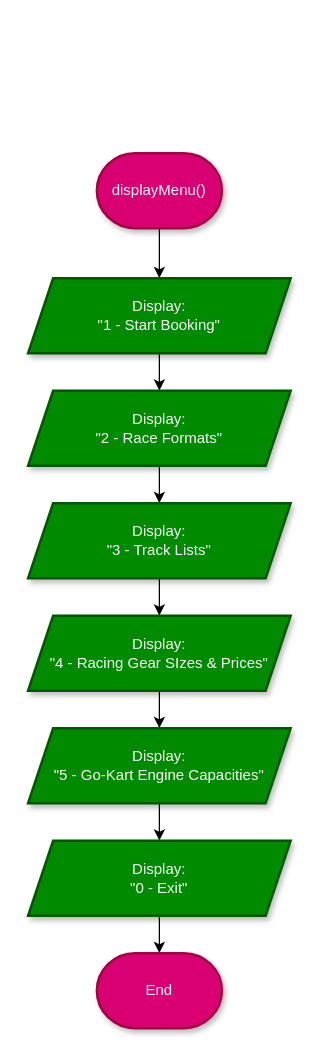
Above: Flowcharts (draw.io)/02. displayMenu.drawio in shahxvi/csc126-group-project (draw.io), before the change. Source tidied: cells renumbered, new cells numbered last; positions are measured from the earlier drawing's top-left corner, leaving out a move shared by most shapes. Both pictures are drawn from the tidied source at 125%, with x=0, y=0 at pixel (28, 152).
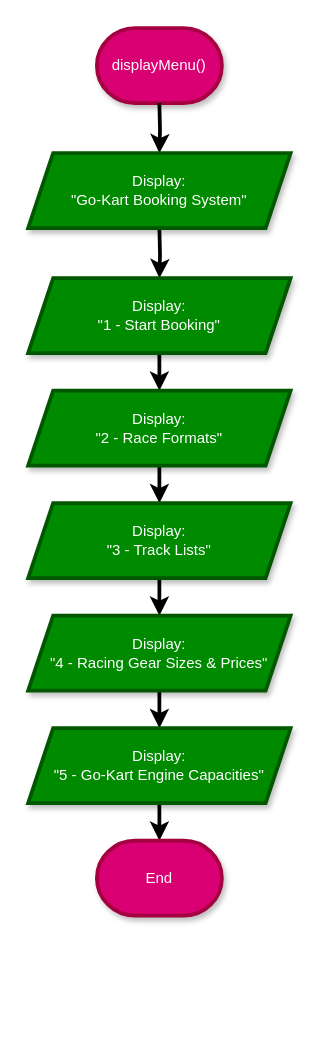
The same diagram, later.

Diff of the diagram source:
```diff
@@
 <mxGraphModel>
   <root>
     <mxCell id="0" />
     <mxCell id="1" parent="0" />
-    <mxCell id="2" style="edgeStyle=orthogonalEdgeStyle;rounded=0;jettySize=auto;html=1;" parent="1" edge="1" source="3" target="5">
-      <mxGeometry relative="1" as="geometry" />
+    <mxCell id="2" style="edgeStyle=orthogonalEdgeStyle;rounded=0;jettySize=auto;html=1;strokeWidth=3;" parent="1" edge="1" target="5">
+      <mxGeometry relative="1" as="geometry">
+        <mxPoint x="105" y="60" as="sourcePoint" />
+      </mxGeometry>
     </mxCell>
-    <mxCell id="3" value="displayMenu()" style="strokeWidth=2;html=1;shape=mxgraph.flowchart.terminator;whiteSpace=wrap;fillColor=#d80073;fontColor=#ffffff;strokeColor=#A50040;shadow=1;" parent="1" vertex="1">
-      <mxGeometry x="55" width="100" height="60" as="geometry" />
+    <mxCell id="3" value="displayMenu()" style="strokeWidth=3;html=1;shape=mxgraph.flowchart.terminator;whiteSpace=wrap;fillColor=#d80073;fontColor=#ffffff;strokeColor=#A50040;shadow=1;" parent="1" vertex="1">
+      <mxGeometry x="55" y="-100" width="100" height="60" as="geometry" />
     </mxCell>
-    <mxCell id="4" style="edgeStyle=orthogonalEdgeStyle;rounded=0;jettySize=auto;html=1;" parent="1" edge="1" source="5" target="7">
+    <mxCell id="4" style="edgeStyle=orthogonalEdgeStyle;rounded=0;jettySize=auto;html=1;strokeWidth=3;" parent="1" edge="1" source="5" target="7">
       <mxGeometry relative="1" as="geometry" />
     </mxCell>
-    <mxCell id="5" value="Display:&lt;div&gt;&quot;1 - Start Booking&quot;&lt;/div&gt;" style="shape=parallelogram;perimeter=parallelogramPerimeter;whiteSpace=wrap;html=1;fixedSize=1;fillColor=#008a00;strokeColor=#005700;fontColor=#ffffff;strokeWidth=2;shadow=1;" parent="1" vertex="1">
+    <mxCell id="5" value="&lt;font style=&quot;color: rgb(255, 255, 255);&quot;&gt;Display:&lt;/font&gt;&lt;div&gt;&lt;font style=&quot;color: rgb(255, 255, 255);&quot;&gt;&quot;1 - Start Booking&quot;&lt;/font&gt;&lt;/div&gt;" style="shape=parallelogram;perimeter=parallelogramPerimeter;whiteSpace=wrap;html=1;fixedSize=1;fillColor=#008a00;strokeColor=#005700;fontColor=#ffffff;strokeWidth=3;shadow=1;" parent="1" vertex="1">
       <mxGeometry y="100" width="210" height="60" as="geometry" />
     </mxCell>
-    <mxCell id="6" style="edgeStyle=orthogonalEdgeStyle;rounded=0;jettySize=auto;html=1;" parent="1" edge="1" source="7" target="9">
+    <mxCell id="6" style="edgeStyle=orthogonalEdgeStyle;rounded=0;jettySize=auto;html=1;strokeWidth=3;" parent="1" edge="1" source="7" target="9">
       <mxGeometry relative="1" as="geometry" />
     </mxCell>
-    <mxCell id="7" value="Display:&lt;div&gt;&quot;2 - Race Formats&quot;&lt;/div&gt;" style="shape=parallelogram;perimeter=parallelogramPerimeter;whiteSpace=wrap;html=1;fixedSize=1;fillColor=#008a00;strokeColor=#005700;fontColor=#ffffff;strokeWidth=2;shadow=1;" parent="1" vertex="1">
+    <mxCell id="7" value="&lt;font style=&quot;color: rgb(255, 255, 255);&quot;&gt;Display:&lt;/font&gt;&lt;div&gt;&lt;font style=&quot;color: rgb(255, 255, 255);&quot;&gt;&quot;2 - Race Formats&quot;&lt;/font&gt;&lt;/div&gt;" style="shape=parallelogram;perimeter=parallelogramPerimeter;whiteSpace=wrap;html=1;fixedSize=1;fillColor=#008a00;strokeColor=#005700;fontColor=#ffffff;strokeWidth=3;shadow=1;" parent="1" vertex="1">
       <mxGeometry y="190" width="210" height="60" as="geometry" />
     </mxCell>
-    <mxCell id="8" style="edgeStyle=orthogonalEdgeStyle;rounded=0;jettySize=auto;html=1;" parent="1" edge="1" source="9" target="11">
+    <mxCell id="8" style="edgeStyle=orthogonalEdgeStyle;rounded=0;jettySize=auto;html=1;strokeWidth=3;" parent="1" edge="1" source="9" target="11">
       <mxGeometry relative="1" as="geometry" />
     </mxCell>
-    <mxCell id="9" value="Display:&lt;div&gt;&quot;3 - Track Lists&quot;&lt;/div&gt;" style="shape=parallelogram;perimeter=parallelogramPerimeter;whiteSpace=wrap;html=1;fixedSize=1;fillColor=#008a00;strokeColor=#005700;fontColor=#ffffff;strokeWidth=2;shadow=1;" parent="1" vertex="1">
+    <mxCell id="9" value="&lt;font style=&quot;color: rgb(255, 255, 255);&quot;&gt;Display:&lt;/font&gt;&lt;div&gt;&lt;font style=&quot;color: rgb(255, 255, 255);&quot;&gt;&quot;3 - Track Lists&quot;&lt;/font&gt;&lt;/div&gt;" style="shape=parallelogram;perimeter=parallelogramPerimeter;whiteSpace=wrap;html=1;fixedSize=1;fillColor=#008a00;strokeColor=#005700;fontColor=#ffffff;strokeWidth=3;shadow=1;" parent="1" vertex="1">
       <mxGeometry y="280" width="210" height="60" as="geometry" />
     </mxCell>
-    <mxCell id="10" style="edgeStyle=orthogonalEdgeStyle;rounded=0;jettySize=auto;html=1;" parent="1" edge="1" source="11" target="13">
+    <mxCell id="10" style="edgeStyle=orthogonalEdgeStyle;rounded=0;jettySize=auto;html=1;strokeWidth=3;" parent="1" edge="1" source="11" target="13">
       <mxGeometry relative="1" as="geometry" />
     </mxCell>
-    <mxCell id="11" value="Display:&lt;div&gt;&quot;4 - Racing Gear SIzes &amp;amp; Prices&quot;&lt;/div&gt;" style="shape=parallelogram;perimeter=parallelogramPerimeter;whiteSpace=wrap;html=1;fixedSize=1;fillColor=#008a00;strokeColor=#005700;fontColor=#ffffff;strokeWidth=2;shadow=1;" parent="1" vertex="1">
+    <mxCell id="11" value="&lt;font style=&quot;color: rgb(255, 255, 255);&quot;&gt;Display:&lt;/font&gt;&lt;div&gt;&lt;font style=&quot;color: rgb(255, 255, 255);&quot;&gt;&quot;4 - Racing Gear Sizes &amp;amp; Prices&quot;&lt;/font&gt;&lt;/div&gt;" style="shape=parallelogram;perimeter=parallelogramPerimeter;whiteSpace=wrap;html=1;fixedSize=1;fillColor=#008a00;strokeColor=#005700;fontColor=#ffffff;strokeWidth=3;shadow=1;" parent="1" vertex="1">
       <mxGeometry y="370" width="210" height="60" as="geometry" />
     </mxCell>
-    <mxCell id="12" style="edgeStyle=orthogonalEdgeStyle;rounded=0;jettySize=auto;html=1;" parent="1" edge="1" source="13" target="15">
-      <mxGeometry relative="1" as="geometry" />
+    <mxCell id="12" style="edgeStyle=orthogonalEdgeStyle;rounded=0;jettySize=auto;html=1;strokeWidth=3;" parent="1" edge="1" source="13">
+      <mxGeometry relative="1" as="geometry">
+        <mxPoint x="105" y="550" as="targetPoint" />
+      </mxGeometry>
     </mxCell>
-    <mxCell id="13" value="Display:&lt;div&gt;&quot;5 - Go-Kart Engine Capacities&quot;&lt;/div&gt;" style="shape=parallelogram;perimeter=parallelogramPerimeter;whiteSpace=wrap;html=1;fixedSize=1;fillColor=#008a00;strokeColor=#005700;fontColor=#ffffff;strokeWidth=2;shadow=1;" parent="1" vertex="1">
+    <mxCell id="13" value="&lt;font style=&quot;color: rgb(255, 255, 255);&quot;&gt;Display:&lt;/font&gt;&lt;div&gt;&lt;font style=&quot;color: rgb(255, 255, 255);&quot;&gt;&quot;5 - Go-Kart Engine Capacities&quot;&lt;/font&gt;&lt;/div&gt;" style="shape=parallelogram;perimeter=parallelogramPerimeter;whiteSpace=wrap;html=1;fixedSize=1;fillColor=#008a00;strokeColor=#005700;fontColor=#ffffff;strokeWidth=3;shadow=1;" parent="1" vertex="1">
       <mxGeometry y="460" width="210" height="60" as="geometry" />
     </mxCell>
-    <mxCell id="14" style="edgeStyle=orthogonalEdgeStyle;rounded=0;jettySize=auto;html=1;" parent="1" edge="1" source="15" target="16">
-      <mxGeometry relative="1" as="geometry" />
-    </mxCell>
-    <mxCell id="15" value="Display:&lt;div&gt;&quot;0 - Exit&quot;&lt;/div&gt;" style="shape=parallelogram;perimeter=parallelogramPerimeter;whiteSpace=wrap;html=1;fixedSize=1;fillColor=#008a00;strokeColor=#005700;fontColor=#ffffff;strokeWidth=2;shadow=1;" parent="1" vertex="1">
-      <mxGeometry y="550" width="210" height="60" as="geometry" />
-    </mxCell>
-    <mxCell id="16" value="End" style="strokeWidth=2;html=1;shape=mxgraph.flowchart.terminator;whiteSpace=wrap;fillColor=#d80073;fontColor=#ffffff;strokeColor=#A50040;shadow=1;" parent="1" vertex="1">
-      <mxGeometry x="55" y="640" width="100" height="60" as="geometry" />
+    <mxCell id="16" value="End" style="strokeWidth=3;html=1;shape=mxgraph.flowchart.terminator;whiteSpace=wrap;fillColor=#d80073;fontColor=#ffffff;strokeColor=#A50040;shadow=1;" parent="1" vertex="1">
+      <mxGeometry x="55" y="550" width="100" height="60" as="geometry" />
     </mxCell>
+    <mxCell id="17" style="edgeStyle=orthogonalEdgeStyle;rounded=0;jettySize=auto;html=1;strokeWidth=3;" parent="1" edge="1" target="18">
+      <mxGeometry relative="1" as="geometry">
+        <mxPoint x="105" y="-40" as="sourcePoint" />
+      </mxGeometry>
+    </mxCell>
+    <mxCell id="18" value="&lt;font style=&quot;color: rgb(255, 255, 255);&quot;&gt;Display:&lt;/font&gt;&lt;div&gt;&lt;font style=&quot;color: rgb(255, 255, 255);&quot;&gt;&quot;Go-Kart Booking System&quot;&lt;/font&gt;&lt;/div&gt;" style="shape=parallelogram;perimeter=parallelogramPerimeter;whiteSpace=wrap;html=1;fixedSize=1;fillColor=#008a00;strokeColor=#005700;fontColor=#ffffff;strokeWidth=3;shadow=1;" parent="1" vertex="1">
+      <mxGeometry width="210" height="60" as="geometry" />
+    </mxCell>
   </root>
 </mxGraphModel>
```
